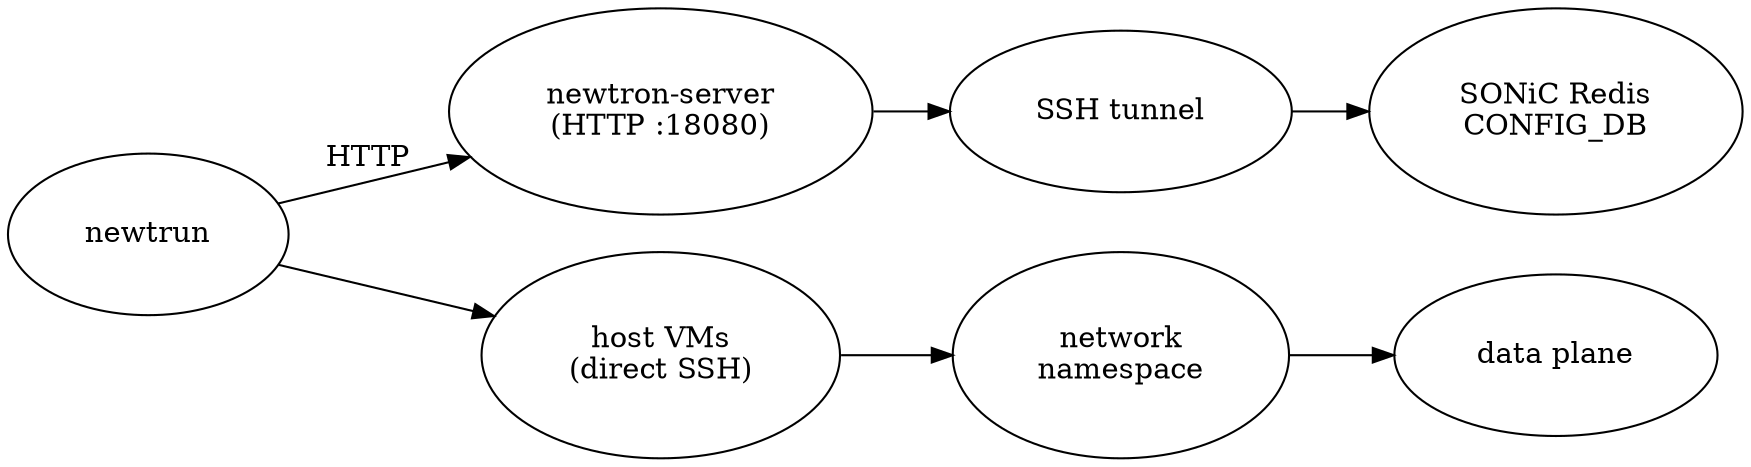
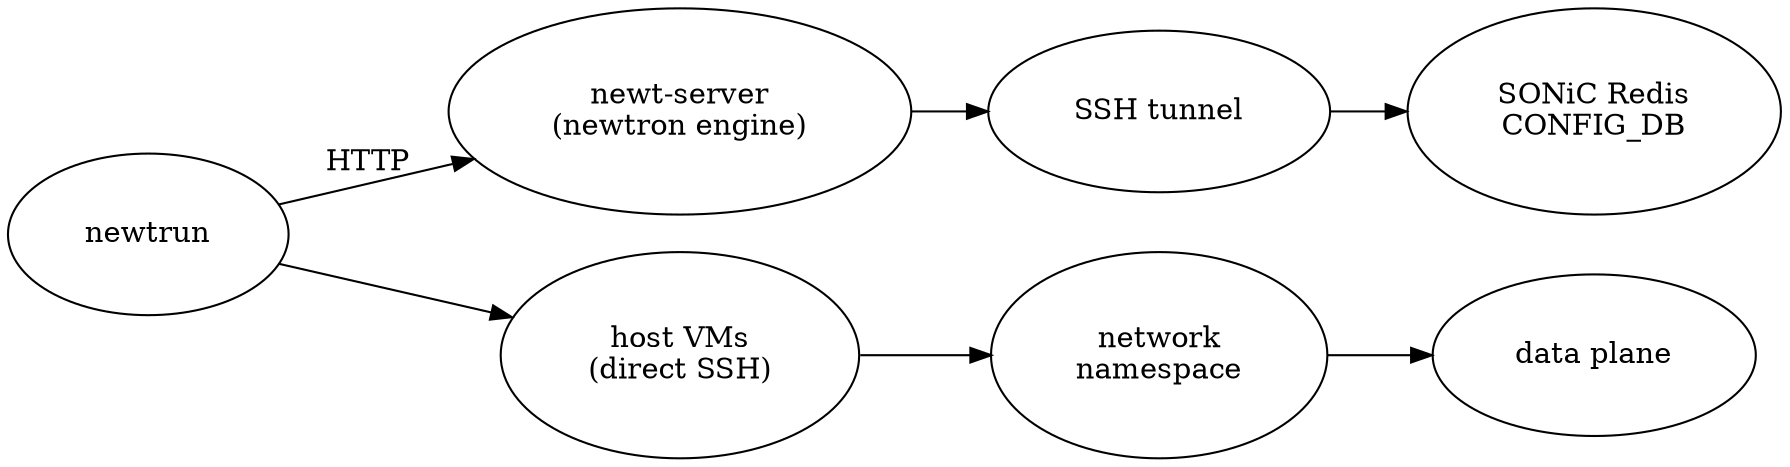
digraph {
    rankdir=LR;
-     "\n  newtrun  \n\n" -> "\n  newtron-server  \n  (HTTP :18080)  \n\n" [label="HTTP"];
-     "\n  newtron-server  \n  (HTTP :18080)  \n\n" -> "\n  SSH tunnel  \n\n";
+     "\n  newtrun  \n\n" -> "\n  newt-server  \n  (newtron engine)  \n\n" [label="HTTP"];
+     "\n  newt-server  \n  (newtron engine)  \n\n" -> "\n  SSH tunnel  \n\n";
    "\n  SSH tunnel  \n\n" -> "\n  SONiC Redis  \n  CONFIG_DB  \n\n";
    "\n  newtrun  \n\n" -> "\n  host VMs  \n  (direct SSH)  \n\n";
    "\n  host VMs  \n  (direct SSH)  \n\n" -> "\n  network  \n  namespace  \n\n";
    "\n  network  \n  namespace  \n\n" -> "\n  data plane  \n\n";
}
